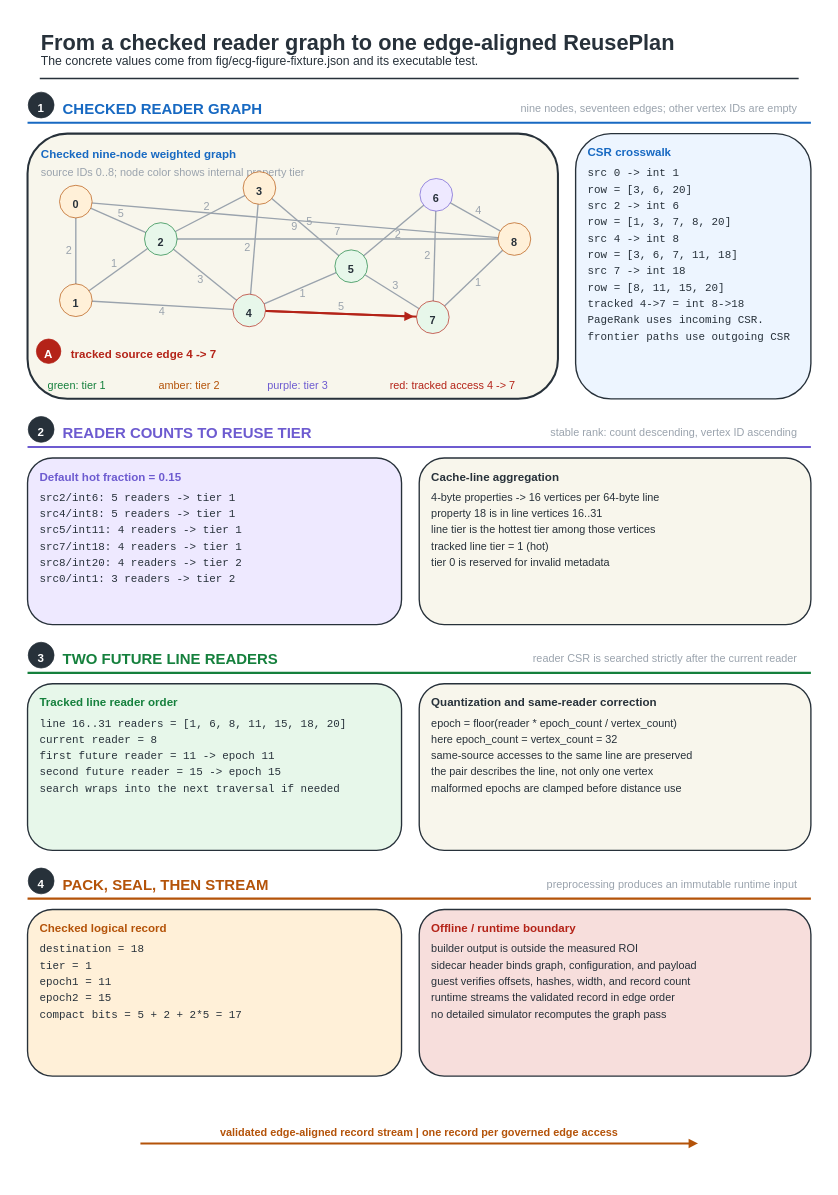
This is fig/wiki_src/reuse-plan-flowthrough/reuse-plan-flowthrough-f01-offline-construction.drawio from UVA-LavaLab/ECG_GrAPL, a draw.io file, before an edit. Source tidied: cells renumbered, new cells numbered last; positions are measured from the earlier drawing's top-left corner, leaving out a move shared by most shapes. Both pictures are drawn from the tidied source at 68%, with x=0, y=0 at pixel (11, 11).
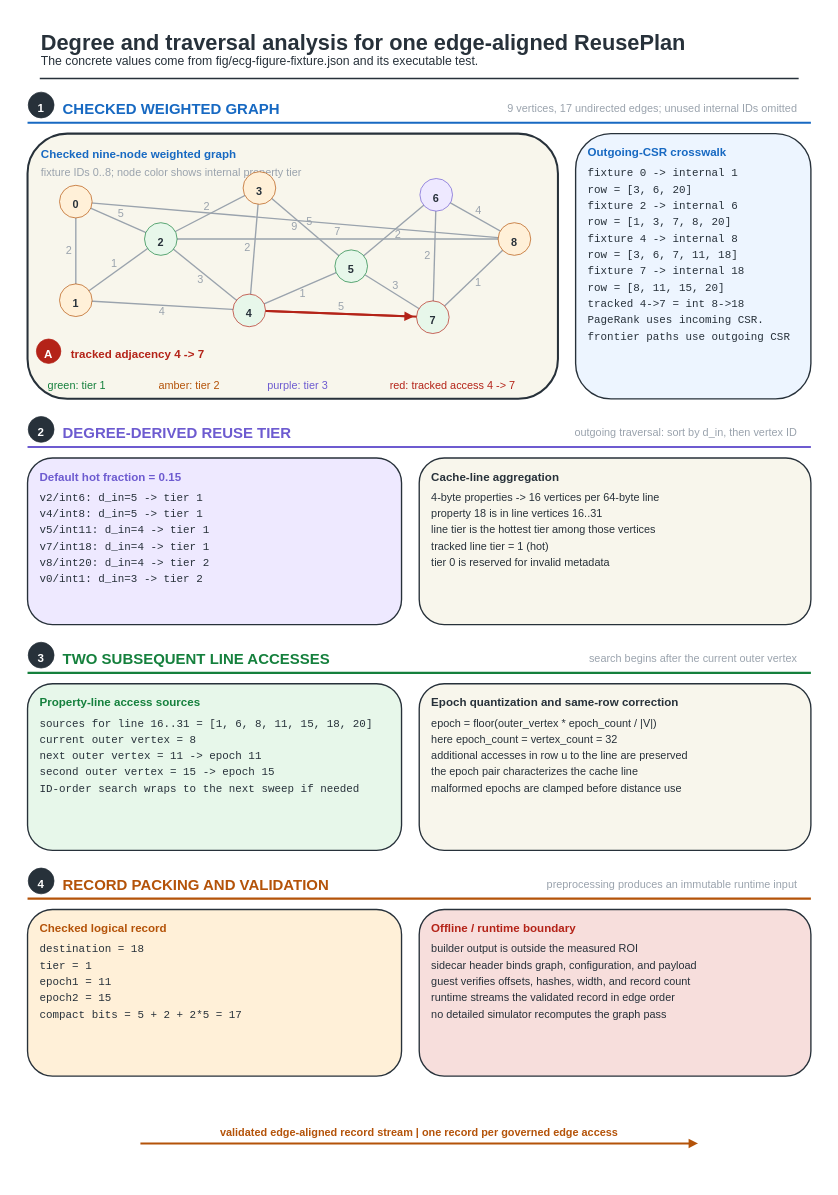
Above is the later version.

The edit, as a diff of the source:
```diff
@@
-    <mxCell id="3" value="From a checked reader graph to one edge-aligned ReusePlan" style="text;html=0;strokeColor=none;fillColor=none;align=left;verticalAlign=middle;fontFamily=Helvetica;fontSize=32;fontColor=#27313A;fontStyle=1;" parent="1" vertex="1">
-      <mxGeometry x="42" y="19.5" width="1039.7" height="44.8" as="geometry" />
+    <mxCell id="3" value="Degree and traversal analysis for one edge-aligned ReusePlan" style="text;html=0;strokeColor=none;fillColor=none;align=left;verticalAlign=middle;fontFamily=Helvetica;fontSize=32;fontColor=#27313A;fontStyle=1;" parent="1" vertex="1">
+      <mxGeometry x="42" y="19.5" width="1094.4" height="44.8" as="geometry" />
     </mxCell>
@@
-    <mxCell id="8" value="CHECKED READER GRAPH" style="text;html=0;strokeColor=none;fillColor=none;align=left;verticalAlign=middle;fontFamily=Helvetica;fontSize=22;fontColor=#1769C2;fontStyle=1;" parent="1" vertex="1">
-      <mxGeometry x="74" y="126.1" width="250.8" height="30.8" as="geometry" />
+    <mxCell id="8" value="CHECKED WEIGHTED GRAPH" style="text;html=0;strokeColor=none;fillColor=none;align=left;verticalAlign=middle;fontFamily=Helvetica;fontSize=22;fontColor=#1769C2;fontStyle=1;" parent="1" vertex="1">
+      <mxGeometry x="74" y="126.1" width="275.9" height="30.8" as="geometry" />
     </mxCell>
-    <mxCell id="9" value="nine nodes, seventeen edges; other vertex IDs are empty" style="text;html=0;strokeColor=none;fillColor=none;align=right;verticalAlign=middle;fontFamily=Helvetica;fontSize=16;fontColor=#9AA3AD;fontStyle=0;" parent="1" vertex="1">
-      <mxGeometry x="691.6" y="130.2" width="466.4" height="22.4" as="geometry" />
+    <mxCell id="9" value="9 vertices, 17 undirected edges; unused internal IDs omitted" style="text;html=0;strokeColor=none;fillColor=none;align=right;verticalAlign=middle;fontFamily=Helvetica;fontSize=16;fontColor=#9AA3AD;fontStyle=0;" parent="1" vertex="1">
+      <mxGeometry x="649.2" y="130.2" width="508.8" height="22.4" as="geometry" />
     </mxCell>
@@
-    <mxCell id="13" value="source IDs 0..8; node color shows internal property tier" style="text;html=0;strokeColor=none;fillColor=none;align=left;verticalAlign=middle;fontFamily=Helvetica;fontSize=16;fontColor=#9AA3AD;fontStyle=0;" parent="1" vertex="1">
-      <mxGeometry x="42" y="224.2" width="474.9" height="22.4" as="geometry" />
+    <mxCell id="13" value="fixture IDs 0..8; node color shows internal property tier" style="text;html=0;strokeColor=none;fillColor=none;align=left;verticalAlign=middle;fontFamily=Helvetica;fontSize=16;fontColor=#9AA3AD;fontStyle=0;" parent="1" vertex="1">
+      <mxGeometry x="42" y="224.2" width="483.4" height="22.4" as="geometry" />
     </mxCell>
@@
-    <mxCell id="73" value="tracked source edge 4 -&gt; 7" style="text;html=0;strokeColor=none;fillColor=none;align=left;verticalAlign=middle;fontFamily=Helvetica;fontSize=17;fontColor=#B42318;fontStyle=1;" parent="1" vertex="1">
-      <mxGeometry x="86" y="491.4" width="251.9" height="23.8" as="geometry" />
+    <mxCell id="73" value="tracked adjacency 4 -&gt; 7" style="text;html=0;strokeColor=none;fillColor=none;align=left;verticalAlign=middle;fontFamily=Helvetica;fontSize=17;fontColor=#B42318;fontStyle=1;" parent="1" vertex="1">
+      <mxGeometry x="86" y="491.4" width="232.6" height="23.8" as="geometry" />
     </mxCell>
@@
-    <mxCell id="75" value="CSR crosswalk" style="text;html=0;strokeColor=none;fillColor=none;align=left;verticalAlign=middle;fontFamily=Helvetica;fontSize=17;fontColor=#1769C2;fontStyle=1;" parent="1" vertex="1">
-      <mxGeometry x="846" y="194.4" width="126" height="23.8" as="geometry" />
+    <mxCell id="75" value="Outgoing-CSR crosswalk" style="text;html=0;strokeColor=none;fillColor=none;align=left;verticalAlign=middle;fontFamily=Helvetica;fontSize=17;fontColor=#1769C2;fontStyle=1;" parent="1" vertex="1">
+      <mxGeometry x="846" y="194.4" width="213.2" height="23.8" as="geometry" />
     </mxCell>
-    <mxCell id="76" value="src 0 -&gt; int 1" style="text;html=0;strokeColor=none;fillColor=none;align=left;verticalAlign=middle;fontFamily=Courier New;fontSize=16;fontColor=#27313A;fontStyle=0;" parent="1" vertex="1">
-      <mxGeometry x="846" y="225.2" width="138.9" height="22.4" as="geometry" />
+    <mxCell id="76" value="fixture 0 -&gt; internal 1" style="text;html=0;strokeColor=none;fillColor=none;align=left;verticalAlign=middle;fontFamily=Courier New;fontSize=16;fontColor=#27313A;fontStyle=0;" parent="1" vertex="1">
+      <mxGeometry x="846" y="225.2" width="228.2" height="22.4" as="geometry" />
     </mxCell>
@@
-    <mxCell id="78" value="src 2 -&gt; int 6" style="text;html=0;strokeColor=none;fillColor=none;align=left;verticalAlign=middle;fontFamily=Courier New;fontSize=16;fontColor=#27313A;fontStyle=0;" parent="1" vertex="1">
-      <mxGeometry x="846" y="273.2" width="138.9" height="22.4" as="geometry" />
+    <mxCell id="78" value="fixture 2 -&gt; internal 6" style="text;html=0;strokeColor=none;fillColor=none;align=left;verticalAlign=middle;fontFamily=Courier New;fontSize=16;fontColor=#27313A;fontStyle=0;" parent="1" vertex="1">
+      <mxGeometry x="846" y="273.2" width="228.2" height="22.4" as="geometry" />
     </mxCell>
@@
-    <mxCell id="80" value="src 4 -&gt; int 8" style="text;html=0;strokeColor=none;fillColor=none;align=left;verticalAlign=middle;fontFamily=Courier New;fontSize=16;fontColor=#27313A;fontStyle=0;" parent="1" vertex="1">
-      <mxGeometry x="846" y="321.2" width="138.9" height="22.4" as="geometry" />
+    <mxCell id="80" value="fixture 4 -&gt; internal 8" style="text;html=0;strokeColor=none;fillColor=none;align=left;verticalAlign=middle;fontFamily=Courier New;fontSize=16;fontColor=#27313A;fontStyle=0;" parent="1" vertex="1">
+      <mxGeometry x="846" y="321.2" width="228.2" height="22.4" as="geometry" />
     </mxCell>
@@
-    <mxCell id="82" value="src 7 -&gt; int 18" style="text;html=0;strokeColor=none;fillColor=none;align=left;verticalAlign=middle;fontFamily=Courier New;fontSize=16;fontColor=#27313A;fontStyle=0;" parent="1" vertex="1">
-      <mxGeometry x="846" y="369.2" width="148.8" height="22.4" as="geometry" />
+    <mxCell id="82" value="fixture 7 -&gt; internal 18" style="text;html=0;strokeColor=none;fillColor=none;align=left;verticalAlign=middle;fontFamily=Courier New;fontSize=16;fontColor=#27313A;fontStyle=0;" parent="1" vertex="1">
+      <mxGeometry x="846" y="369.2" width="238.1" height="22.4" as="geometry" />
     </mxCell>
@@
-    <mxCell id="89" value="READER COUNTS TO REUSE TIER" style="text;html=0;strokeColor=none;fillColor=none;align=left;verticalAlign=middle;fontFamily=Helvetica;fontSize=22;fontColor=#6D5BD0;fontStyle=1;" parent="1" vertex="1">
-      <mxGeometry x="74" y="603.1" width="338.6" height="30.8" as="geometry" />
+    <mxCell id="89" value="DEGREE-DERIVED REUSE TIER" style="text;html=0;strokeColor=none;fillColor=none;align=left;verticalAlign=middle;fontFamily=Helvetica;fontSize=22;fontColor=#6D5BD0;fontStyle=1;" parent="1" vertex="1">
+      <mxGeometry x="74" y="603.1" width="313.5" height="30.8" as="geometry" />
     </mxCell>
-    <mxCell id="90" value="stable rank: count descending, vertex ID ascending" style="text;html=0;strokeColor=none;fillColor=none;align=right;verticalAlign=middle;fontFamily=Helvetica;fontSize=16;fontColor=#9AA3AD;fontStyle=0;" parent="1" vertex="1">
-      <mxGeometry x="734" y="607.2" width="424" height="22.4" as="geometry" />
+    <mxCell id="90" value="outgoing traversal: sort by d_in, then vertex ID" style="text;html=0;strokeColor=none;fillColor=none;align=right;verticalAlign=middle;fontFamily=Helvetica;fontSize=16;fontColor=#9AA3AD;fontStyle=0;" parent="1" vertex="1">
+      <mxGeometry x="751" y="607.2" width="407" height="22.4" as="geometry" />
     </mxCell>
@@
-    <mxCell id="94" value="src2/int6: 5 readers -&gt; tier 1" style="text;html=0;strokeColor=none;fillColor=none;align=left;verticalAlign=middle;fontFamily=Courier New;fontSize=16;fontColor=#27313A;fontStyle=0;" parent="1" vertex="1">
-      <mxGeometry x="40" y="702.2" width="297.6" height="22.4" as="geometry" />
+    <mxCell id="94" value="v2/int6: d_in=5 -&gt; tier 1" style="text;html=0;strokeColor=none;fillColor=none;align=left;verticalAlign=middle;fontFamily=Courier New;fontSize=16;fontColor=#27313A;fontStyle=0;" parent="1" vertex="1">
+      <mxGeometry x="40" y="702.2" width="248" height="22.4" as="geometry" />
     </mxCell>
-    <mxCell id="95" value="src4/int8: 5 readers -&gt; tier 1" style="text;html=0;strokeColor=none;fillColor=none;align=left;verticalAlign=middle;fontFamily=Courier New;fontSize=16;fontColor=#27313A;fontStyle=0;" parent="1" vertex="1">
-      <mxGeometry x="40" y="726.2" width="297.6" height="22.4" as="geometry" />
+    <mxCell id="95" value="v4/int8: d_in=5 -&gt; tier 1" style="text;html=0;strokeColor=none;fillColor=none;align=left;verticalAlign=middle;fontFamily=Courier New;fontSize=16;fontColor=#27313A;fontStyle=0;" parent="1" vertex="1">
+      <mxGeometry x="40" y="726.2" width="248" height="22.4" as="geometry" />
     </mxCell>
-    <mxCell id="96" value="src5/int11: 4 readers -&gt; tier 1" style="text;html=0;strokeColor=none;fillColor=none;align=left;verticalAlign=middle;fontFamily=Courier New;fontSize=16;fontColor=#27313A;fontStyle=0;" parent="1" vertex="1">
-      <mxGeometry x="40" y="750.2" width="307.5" height="22.4" as="geometry" />
+    <mxCell id="96" value="v5/int11: d_in=4 -&gt; tier 1" style="text;html=0;strokeColor=none;fillColor=none;align=left;verticalAlign=middle;fontFamily=Courier New;fontSize=16;fontColor=#27313A;fontStyle=0;" parent="1" vertex="1">
+      <mxGeometry x="40" y="750.2" width="257.9" height="22.4" as="geometry" />
     </mxCell>
-    <mxCell id="97" value="src7/int18: 4 readers -&gt; tier 1" style="text;html=0;strokeColor=none;fillColor=none;align=left;verticalAlign=middle;fontFamily=Courier New;fontSize=16;fontColor=#27313A;fontStyle=0;" parent="1" vertex="1">
-      <mxGeometry x="40" y="774.2" width="307.5" height="22.4" as="geometry" />
+    <mxCell id="97" value="v7/int18: d_in=4 -&gt; tier 1" style="text;html=0;strokeColor=none;fillColor=none;align=left;verticalAlign=middle;fontFamily=Courier New;fontSize=16;fontColor=#27313A;fontStyle=0;" parent="1" vertex="1">
+      <mxGeometry x="40" y="774.2" width="257.9" height="22.4" as="geometry" />
     </mxCell>
-    <mxCell id="98" value="src8/int20: 4 readers -&gt; tier 2" style="text;html=0;strokeColor=none;fillColor=none;align=left;verticalAlign=middle;fontFamily=Courier New;fontSize=16;fontColor=#27313A;fontStyle=0;" parent="1" vertex="1">
-      <mxGeometry x="40" y="798.2" width="307.5" height="22.4" as="geometry" />
+    <mxCell id="98" value="v8/int20: d_in=4 -&gt; tier 2" style="text;html=0;strokeColor=none;fillColor=none;align=left;verticalAlign=middle;fontFamily=Courier New;fontSize=16;fontColor=#27313A;fontStyle=0;" parent="1" vertex="1">
+      <mxGeometry x="40" y="798.2" width="257.9" height="22.4" as="geometry" />
     </mxCell>
-    <mxCell id="99" value="src0/int1: 3 readers -&gt; tier 2" style="text;html=0;strokeColor=none;fillColor=none;align=left;verticalAlign=middle;fontFamily=Courier New;fontSize=16;fontColor=#27313A;fontStyle=0;" parent="1" vertex="1">
-      <mxGeometry x="40" y="822.2" width="297.6" height="22.4" as="geometry" />
+    <mxCell id="99" value="v0/int1: d_in=3 -&gt; tier 2" style="text;html=0;strokeColor=none;fillColor=none;align=left;verticalAlign=middle;fontFamily=Courier New;fontSize=16;fontColor=#27313A;fontStyle=0;" parent="1" vertex="1">
+      <mxGeometry x="40" y="822.2" width="248" height="22.4" as="geometry" />
     </mxCell>
@@
-    <mxCell id="109" value="TWO FUTURE LINE READERS" style="text;html=0;strokeColor=none;fillColor=none;align=left;verticalAlign=middle;fontFamily=Helvetica;fontSize=22;fontColor=#15803D;fontStyle=1;" parent="1" vertex="1">
-      <mxGeometry x="74" y="935.1" width="288.4" height="30.8" as="geometry" />
+    <mxCell id="109" value="TWO SUBSEQUENT LINE ACCESSES" style="text;html=0;strokeColor=none;fillColor=none;align=left;verticalAlign=middle;fontFamily=Helvetica;fontSize=22;fontColor=#15803D;fontStyle=1;" parent="1" vertex="1">
+      <mxGeometry x="74" y="935.1" width="351.1" height="30.8" as="geometry" />
     </mxCell>
-    <mxCell id="110" value="reader CSR is searched strictly after the current reader" style="text;html=0;strokeColor=none;fillColor=none;align=right;verticalAlign=middle;fontFamily=Helvetica;fontSize=16;fontColor=#9AA3AD;fontStyle=0;" parent="1" vertex="1">
-      <mxGeometry x="683.1" y="939.2" width="474.9" height="22.4" as="geometry" />
+    <mxCell id="110" value="search begins after the current outer vertex" style="text;html=0;strokeColor=none;fillColor=none;align=right;verticalAlign=middle;fontFamily=Helvetica;fontSize=16;fontColor=#9AA3AD;fontStyle=0;" parent="1" vertex="1">
+      <mxGeometry x="784.9" y="939.2" width="373.1" height="22.4" as="geometry" />
     </mxCell>
@@
-    <mxCell id="113" value="Tracked line reader order" style="text;html=0;strokeColor=none;fillColor=none;align=left;verticalAlign=middle;fontFamily=Helvetica;fontSize=17;fontColor=#15803D;fontStyle=1;" parent="1" vertex="1">
-      <mxGeometry x="40" y="1003.4" width="242.2" height="23.8" as="geometry" />
+    <mxCell id="113" value="Property-line access sources" style="text;html=0;strokeColor=none;fillColor=none;align=left;verticalAlign=middle;fontFamily=Helvetica;fontSize=17;fontColor=#15803D;fontStyle=1;" parent="1" vertex="1">
+      <mxGeometry x="40" y="1003.4" width="271.3" height="23.8" as="geometry" />
     </mxCell>
-    <mxCell id="114" value="line 16..31 readers = [1, 6, 8, 11, 15, 18, 20]" style="text;html=0;strokeColor=none;fillColor=none;align=left;verticalAlign=middle;fontFamily=Courier New;fontSize=16;fontColor=#27313A;fontStyle=0;" parent="1" vertex="1">
-      <mxGeometry x="40" y="1034.2" width="466.2" height="22.4" as="geometry" />
+    <mxCell id="114" value="sources for line 16..31 = [1, 6, 8, 11, 15, 18, 20]" style="text;html=0;strokeColor=none;fillColor=none;align=left;verticalAlign=middle;fontFamily=Courier New;fontSize=16;fontColor=#27313A;fontStyle=0;" parent="1" vertex="1">
+      <mxGeometry x="40" y="1034.2" width="505.9" height="22.4" as="geometry" />
     </mxCell>
-    <mxCell id="115" value="current reader = 8" style="text;html=0;strokeColor=none;fillColor=none;align=left;verticalAlign=middle;fontFamily=Courier New;fontSize=16;fontColor=#27313A;fontStyle=0;" parent="1" vertex="1">
-      <mxGeometry x="40" y="1058.2" width="178.6" height="22.4" as="geometry" />
+    <mxCell id="115" value="current outer vertex = 8" style="text;html=0;strokeColor=none;fillColor=none;align=left;verticalAlign=middle;fontFamily=Courier New;fontSize=16;fontColor=#27313A;fontStyle=0;" parent="1" vertex="1">
+      <mxGeometry x="40" y="1058.2" width="238.1" height="22.4" as="geometry" />
     </mxCell>
-    <mxCell id="116" value="first future reader = 11 -&gt; epoch 11" style="text;html=0;strokeColor=none;fillColor=none;align=left;verticalAlign=middle;fontFamily=Courier New;fontSize=16;fontColor=#27313A;fontStyle=0;" parent="1" vertex="1">
-      <mxGeometry x="40" y="1082.2" width="357.1" height="22.4" as="geometry" />
+    <mxCell id="116" value="next outer vertex = 11 -&gt; epoch 11" style="text;html=0;strokeColor=none;fillColor=none;align=left;verticalAlign=middle;fontFamily=Courier New;fontSize=16;fontColor=#27313A;fontStyle=0;" parent="1" vertex="1">
+      <mxGeometry x="40" y="1082.2" width="337.3" height="22.4" as="geometry" />
     </mxCell>
-    <mxCell id="117" value="second future reader = 15 -&gt; epoch 15" style="text;html=0;strokeColor=none;fillColor=none;align=left;verticalAlign=middle;fontFamily=Courier New;fontSize=16;fontColor=#27313A;fontStyle=0;" parent="1" vertex="1">
-      <mxGeometry x="40" y="1106.2" width="367" height="22.4" as="geometry" />
+    <mxCell id="117" value="second outer vertex = 15 -&gt; epoch 15" style="text;html=0;strokeColor=none;fillColor=none;align=left;verticalAlign=middle;fontFamily=Courier New;fontSize=16;fontColor=#27313A;fontStyle=0;" parent="1" vertex="1">
+      <mxGeometry x="40" y="1106.2" width="357.1" height="22.4" as="geometry" />
     </mxCell>
-    <mxCell id="118" value="search wraps into the next traversal if needed" style="text;html=0;strokeColor=none;fillColor=none;align=left;verticalAlign=middle;fontFamily=Courier New;fontSize=16;fontColor=#27313A;fontStyle=0;" parent="1" vertex="1">
-      <mxGeometry x="40" y="1130.2" width="456.3" height="22.4" as="geometry" />
+    <mxCell id="118" value="ID-order search wraps to the next sweep if needed" style="text;html=0;strokeColor=none;fillColor=none;align=left;verticalAlign=middle;fontFamily=Courier New;fontSize=16;fontColor=#27313A;fontStyle=0;" parent="1" vertex="1">
+      <mxGeometry x="40" y="1130.2" width="486.1" height="22.4" as="geometry" />
     </mxCell>
@@
-    <mxCell id="120" value="Quantization and same-reader correction" style="text;html=0;strokeColor=none;fillColor=none;align=left;verticalAlign=middle;fontFamily=Helvetica;fontSize=17;fontColor=#27313A;fontStyle=1;" parent="1" vertex="1">
-      <mxGeometry x="616" y="1003.4" width="377.9" height="23.8" as="geometry" />
+    <mxCell id="120" value="Epoch quantization and same-row correction" style="text;html=0;strokeColor=none;fillColor=none;align=left;verticalAlign=middle;fontFamily=Helvetica;fontSize=17;fontColor=#27313A;fontStyle=1;" parent="1" vertex="1">
+      <mxGeometry x="616" y="1003.4" width="407" height="23.8" as="geometry" />
     </mxCell>
-    <mxCell id="121" value="epoch = floor(reader * epoch_count / vertex_count)" style="text;html=0;strokeColor=none;fillColor=none;align=left;verticalAlign=middle;fontFamily=Helvetica;fontSize=16;fontColor=#27313A;fontStyle=0;" parent="1" vertex="1">
-      <mxGeometry x="616" y="1034.2" width="424" height="22.4" as="geometry" />
+    <mxCell id="121" value="epoch = floor(outer_vertex * epoch_count / |V|)" style="text;html=0;strokeColor=none;fillColor=none;align=left;verticalAlign=middle;fontFamily=Helvetica;fontSize=16;fontColor=#27313A;fontStyle=0;" parent="1" vertex="1">
+      <mxGeometry x="616" y="1034.2" width="398.6" height="22.4" as="geometry" />
     </mxCell>
@@
-    <mxCell id="123" value="same-source accesses to the same line are preserved" style="text;html=0;strokeColor=none;fillColor=none;align=left;verticalAlign=middle;fontFamily=Helvetica;fontSize=16;fontColor=#27313A;fontStyle=0;" parent="1" vertex="1">
-      <mxGeometry x="616" y="1082.2" width="432.5" height="22.4" as="geometry" />
+    <mxCell id="123" value="additional accesses in row u to the line are preserved" style="text;html=0;strokeColor=none;fillColor=none;align=left;verticalAlign=middle;fontFamily=Helvetica;fontSize=16;fontColor=#27313A;fontStyle=0;" parent="1" vertex="1">
+      <mxGeometry x="616" y="1082.2" width="457.9" height="22.4" as="geometry" />
     </mxCell>
-    <mxCell id="124" value="the pair describes the line, not only one vertex" style="text;html=0;strokeColor=none;fillColor=none;align=left;verticalAlign=middle;fontFamily=Helvetica;fontSize=16;fontColor=#27313A;fontStyle=0;" parent="1" vertex="1">
-      <mxGeometry x="616" y="1106.2" width="407" height="22.4" as="geometry" />
+    <mxCell id="124" value="the epoch pair characterizes the cache line" style="text;html=0;strokeColor=none;fillColor=none;align=left;verticalAlign=middle;fontFamily=Helvetica;fontSize=16;fontColor=#27313A;fontStyle=0;" parent="1" vertex="1">
+      <mxGeometry x="616" y="1106.2" width="364.6" height="22.4" as="geometry" />
     </mxCell>
@@
-    <mxCell id="128" value="PACK, SEAL, THEN STREAM" style="text;html=0;strokeColor=none;fillColor=none;align=left;verticalAlign=middle;fontFamily=Helvetica;fontSize=22;fontColor=#B45309;fontStyle=1;" parent="1" vertex="1">
-      <mxGeometry x="74" y="1267.1" width="288.4" height="30.8" as="geometry" />
+    <mxCell id="128" value="RECORD PACKING AND VALIDATION" style="text;html=0;strokeColor=none;fillColor=none;align=left;verticalAlign=middle;fontFamily=Helvetica;fontSize=22;fontColor=#B45309;fontStyle=1;" parent="1" vertex="1">
+      <mxGeometry x="74" y="1267.1" width="363.7" height="30.8" as="geometry" />
     </mxCell>
```
